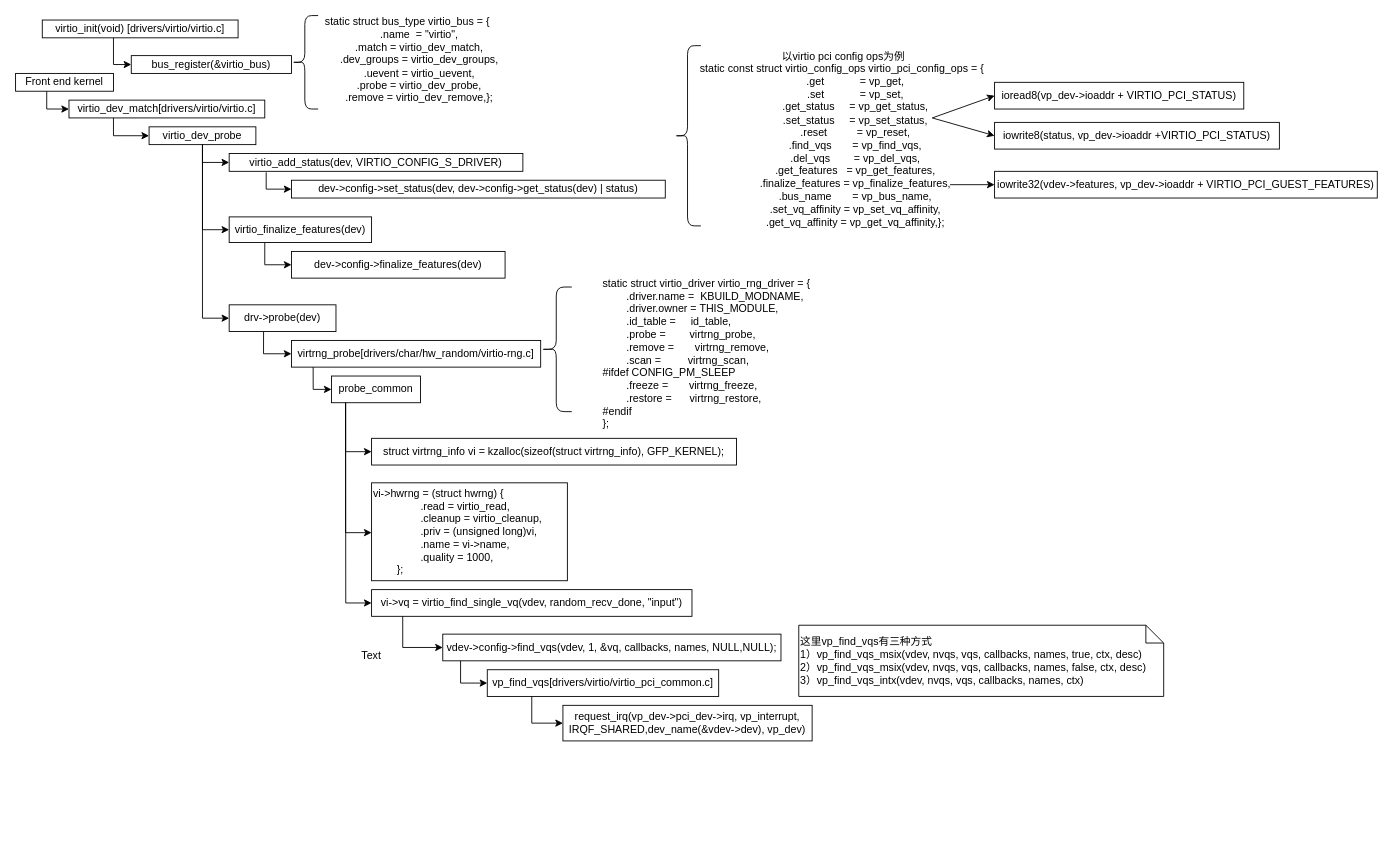
Above: frontend_init.drawio in JannaiWu/Drawio (draw.io), before the change. Source tidied: cells renumbered, new cells numbered last; positions are measured from the earlier drawing's top-left corner, leaving out a move shared by most shapes. Both pictures are drawn from the tidied source at 89%, with x=0, y=0 at pixel (15, 15).
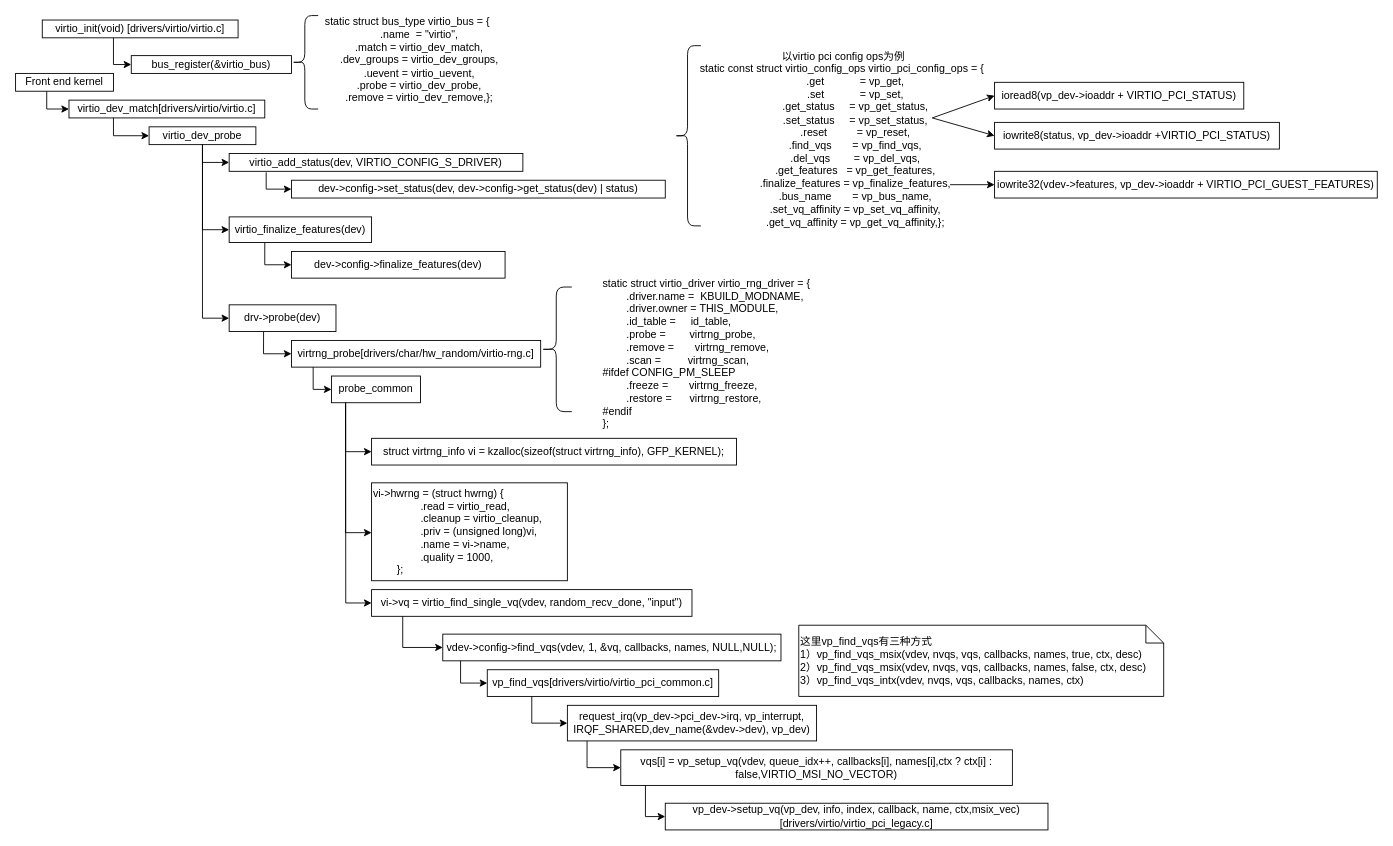
Above is the later version.

Diff of the diagram source:
```diff
@@
     <mxCell id="46" value="request_irq(vp_dev-&amp;gt;pci_dev-&amp;gt;irq, vp_interrupt, IRQF_SHARED,dev_name(&amp;amp;vdev-&amp;gt;dev), vp_dev)" style="whiteSpace=wrap;html=1;" parent="1" vertex="1">
-      <mxGeometry x="615" y="775" width="280" height="40" as="geometry" />
+      <mxGeometry x="620" y="775" width="280" height="40" as="geometry" />
     </mxCell>
@@
-    <mxCell id="49" value="Text" style="text;html=1;strokeColor=none;fillColor=none;align=center;verticalAlign=middle;whiteSpace=wrap;rounded=0;" parent="1" vertex="1">
-      <mxGeometry x="370" y="705" width="60" height="30" as="geometry" />
-    </mxCell>
+    <mxCell id="50" value="vqs[i] = vp_setup_vq(vdev, queue_idx++, callbacks[i], names[i],ctx ? ctx[i] : false,VIRTIO_MSI_NO_VECTOR)" style="whiteSpace=wrap;html=1;" parent="1" vertex="1">
+      <mxGeometry x="680" y="825" width="440" height="40" as="geometry" />
+    </mxCell>
+    <mxCell id="51" style="edgeStyle=segmentEdgeStyle;endArrow=classic;html=1;rounded=0;entryX=0;entryY=0.5;entryDx=0;entryDy=0;exitX=0.079;exitY=0.999;exitDx=0;exitDy=0;exitPerimeter=0;" parent="1" edge="1" source="46" target="50">
+      <mxGeometry relative="1" as="geometry">
+        <Array as="points">
+          <mxPoint x="642" y="845" />
+        </Array>
+      </mxGeometry>
+    </mxCell>
+    <mxCell id="52" value="vp_dev-&amp;gt;setup_vq(vp_dev, info, index, callback, name, ctx,msix_vec)[drivers/virtio/virtio_pci_legacy.c]" style="whiteSpace=wrap;html=1;" parent="1" vertex="1">
+      <mxGeometry x="730" y="885" width="430" height="30" as="geometry" />
+    </mxCell>
+    <mxCell id="53" style="edgeStyle=segmentEdgeStyle;endArrow=classic;html=1;rounded=0;entryX=0;entryY=0.5;entryDx=0;entryDy=0;exitX=0.063;exitY=0.997;exitDx=0;exitDy=0;exitPerimeter=0;" parent="1" edge="1" source="50" target="52">
+      <mxGeometry relative="1" as="geometry">
+        <Array as="points">
+          <mxPoint x="708" y="900" />
+        </Array>
+      </mxGeometry>
+    </mxCell>
```
